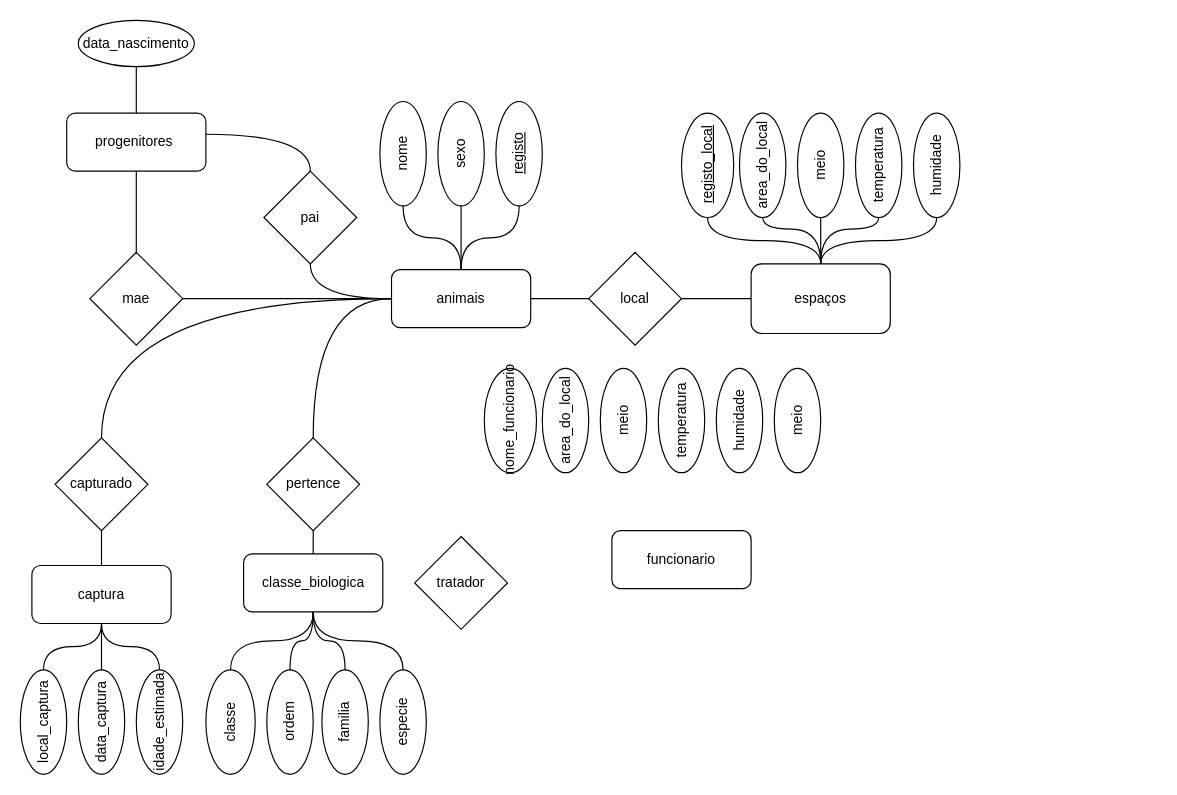
This is BD/Trabalho 2/ER.drawio from GBarradas/degreeStuff, a draw.io file, before an edit. Source tidied: cells renumbered, new cells numbered last; positions are measured from the earlier drawing's top-left corner, leaving out a move shared by most shapes. Both pictures are drawn from the tidied source at 116%, with x=0, y=0 at pixel (20, 20).
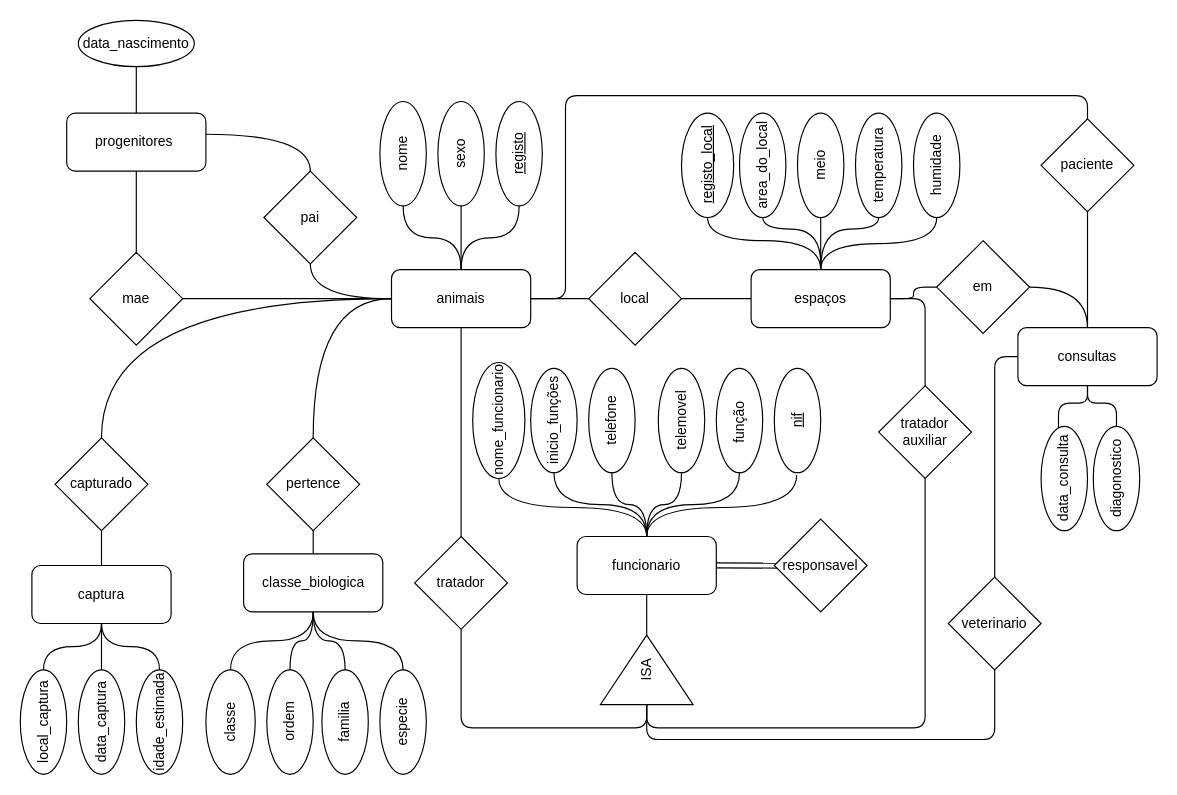
Above is the later version.

Unchanged cells that the change refers to:
```xml
<mxCell id="4" value="animais" style="rounded=1;whiteSpace=wrap;html=1;" parent="1" vertex="1">
  <mxGeometry x="320" y="215" width="120" height="50" as="geometry" />
</mxCell>
<mxCell id="61" value="tratador" style="rhombus;whiteSpace=wrap;html=1;" parent="1" vertex="1">
  <mxGeometry x="340" y="445" width="80" height="80" as="geometry" />
</mxCell>
```

The edit, as a diff of the source:
```diff
@@
+    <mxCell id="62" style="edgeStyle=orthogonalEdgeStyle;jettySize=auto;html=1;entryX=0.5;entryY=0;entryDx=0;entryDy=0;endArrow=none;endFill=0;rounded=1;" parent="1" edge="1" source="4" target="89">
+      <mxGeometry relative="1" as="geometry">
+        <Array as="points">
+          <mxPoint x="470" y="240" />
+          <mxPoint x="470" y="65" />
+          <mxPoint x="920" y="65" />
+        </Array>
+      </mxGeometry>
+    </mxCell>
@@
+    <mxCell id="63" style="edgeStyle=orthogonalEdgeStyle;rounded=1;jettySize=auto;html=1;exitX=1;exitY=0.5;exitDx=0;exitDy=0;entryX=0.5;entryY=0;entryDx=0;entryDy=0;endArrow=none;endFill=0;" parent="1" edge="1" source="14" target="76">
+      <mxGeometry relative="1" as="geometry" />
+    </mxCell>
     <mxCell id="14" value="espaços" style="rounded=1;whiteSpace=wrap;html=1;" parent="1" vertex="1">
-      <mxGeometry x="630" y="210" width="120" height="60" as="geometry" />
+      <mxGeometry x="630" y="215" width="120" height="50" as="geometry" />
     </mxCell>
@@
+    <mxCell id="64" style="edgeStyle=orthogonalEdgeStyle;curved=1;jettySize=auto;html=1;exitX=0.5;exitY=0;exitDx=0;exitDy=0;entryX=0.517;entryY=-0.023;entryDx=0;entryDy=0;entryPerimeter=0;endArrow=none;endFill=0;" parent="1" edge="1" source="54" target="60">
+      <mxGeometry relative="1" as="geometry">
+        <Array as="points">
+          <mxPoint x="540" y="420" />
+          <mxPoint x="669" y="420" />
+        </Array>
+      </mxGeometry>
+    </mxCell>
+    <mxCell id="65" style="edgeStyle=orthogonalEdgeStyle;curved=1;jettySize=auto;html=1;exitX=0.5;exitY=0;exitDx=0;exitDy=0;endArrow=none;endFill=0;" parent="1" edge="1" source="54" target="56">
+      <mxGeometry relative="1" as="geometry" />
+    </mxCell>
     <mxCell id="54" value="funcionario" style="rounded=1;whiteSpace=wrap;html=1;" parent="1" vertex="1">
-      <mxGeometry x="510" y="440" width="120" height="50" as="geometry" />
+      <mxGeometry x="480" y="445" width="120" height="50" as="geometry" />
     </mxCell>
+    <mxCell id="66" style="edgeStyle=orthogonalEdgeStyle;curved=1;jettySize=auto;html=1;exitX=0.5;exitY=1;exitDx=0;exitDy=0;entryX=0.5;entryY=0;entryDx=0;entryDy=0;endArrow=none;endFill=0;" parent="1" edge="1" source="55" target="54">
+      <mxGeometry relative="1" as="geometry" />
+    </mxCell>
-    <mxCell id="55" value="humidade" style="ellipse;rounded=1;flipV=1;flipH=1;direction=east;whiteSpace=wrap;html=1;horizontal=0;" parent="1" vertex="1">
+    <mxCell id="55" value="função&amp;nbsp;" style="ellipse;rounded=1;flipV=1;flipH=1;direction=east;whiteSpace=wrap;html=1;horizontal=0;" parent="1" vertex="1">
       <mxGeometry x="600" y="300" width="40" height="90" as="geometry" />
     </mxCell>
-    <mxCell id="56" value="temperatura" style="ellipse;rounded=1;flipV=1;flipH=1;direction=east;whiteSpace=wrap;html=1;horizontal=0;" parent="1" vertex="1">
+    <mxCell id="56" value="telemovel" style="ellipse;rounded=1;flipV=1;flipH=1;direction=east;whiteSpace=wrap;html=1;horizontal=0;" parent="1" vertex="1">
       <mxGeometry x="550" y="300" width="40" height="90" as="geometry" />
     </mxCell>
+    <mxCell id="67" style="edgeStyle=orthogonalEdgeStyle;curved=1;jettySize=auto;html=1;exitX=0.5;exitY=1;exitDx=0;exitDy=0;endArrow=none;endFill=0;" parent="1" edge="1" source="57" target="54">
+      <mxGeometry relative="1" as="geometry" />
+    </mxCell>
     <mxCell id="57" value="nome_funcionario" style="ellipse;rounded=1;flipV=1;flipH=1;direction=east;whiteSpace=wrap;html=1;horizontal=0;fontStyle=0;" parent="1" vertex="1">
-      <mxGeometry x="400" y="300" width="45" height="90" as="geometry" />
+      <mxGeometry x="390" y="295" width="45" height="100" as="geometry" />
     </mxCell>
+    <mxCell id="68" style="edgeStyle=orthogonalEdgeStyle;curved=1;jettySize=auto;html=1;exitX=0.5;exitY=1;exitDx=0;exitDy=0;entryX=0.5;entryY=0;entryDx=0;entryDy=0;endArrow=none;endFill=0;" parent="1" edge="1" source="58" target="54">
+      <mxGeometry relative="1" as="geometry" />
+    </mxCell>
-    <mxCell id="58" value="area_do_local" style="ellipse;rounded=1;flipV=1;flipH=1;direction=east;whiteSpace=wrap;html=1;horizontal=0;" parent="1" vertex="1">
-      <mxGeometry x="450" y="300" width="40" height="90" as="geometry" />
+    <mxCell id="58" value="inicio_funções" style="ellipse;rounded=1;flipV=1;flipH=1;direction=east;whiteSpace=wrap;html=1;horizontal=0;" parent="1" vertex="1">
+      <mxGeometry x="440" y="300" width="40" height="90" as="geometry" />
     </mxCell>
+    <mxCell id="69" style="edgeStyle=orthogonalEdgeStyle;curved=1;jettySize=auto;html=1;exitX=0.5;exitY=1;exitDx=0;exitDy=0;entryX=0.5;entryY=0;entryDx=0;entryDy=0;endArrow=none;endFill=0;" parent="1" edge="1" source="59" target="54">
+      <mxGeometry relative="1" as="geometry" />
+    </mxCell>
-    <mxCell id="59" value="meio" style="ellipse;rounded=1;flipV=1;flipH=1;direction=east;whiteSpace=wrap;html=1;horizontal=0;" parent="1" vertex="1">
-      <mxGeometry x="500" y="300" width="40" height="90" as="geometry" />
+    <mxCell id="59" value="telefone" style="ellipse;rounded=1;flipV=1;flipH=1;direction=east;whiteSpace=wrap;html=1;horizontal=0;" parent="1" vertex="1">
+      <mxGeometry x="490" y="300" width="40" height="90" as="geometry" />
     </mxCell>
-    <mxCell id="60" value="meio" style="ellipse;rounded=1;flipV=1;flipH=1;direction=east;whiteSpace=wrap;html=1;horizontal=0;" parent="1" vertex="1">
+    <mxCell id="60" value="nif" style="ellipse;rounded=1;flipV=1;flipH=1;direction=east;whiteSpace=wrap;html=1;horizontal=0;fontStyle=4;" parent="1" vertex="1">
       <mxGeometry x="650" y="300" width="40" height="90" as="geometry" />
     </mxCell>
+    <mxCell id="70" style="edgeStyle=orthogonalEdgeStyle;jettySize=auto;html=1;exitX=0.5;exitY=1;exitDx=0;exitDy=0;entryX=0;entryY=0.5;entryDx=0;entryDy=0;endArrow=none;endFill=0;rounded=1;" parent="1" edge="1" source="61" target="75">
+      <mxGeometry relative="1" as="geometry" />
+    </mxCell>
+    <mxCell id="71" style="edgeStyle=orthogonalEdgeStyle;rounded=1;jettySize=auto;html=1;entryX=0.5;entryY=1;entryDx=0;entryDy=0;endArrow=none;endFill=0;" parent="1" edge="1" source="61" target="4">
+      <mxGeometry relative="1" as="geometry" />
+    </mxCell>
@@
+    <mxCell id="72" style="edgeStyle=orthogonalEdgeStyle;curved=1;jettySize=auto;html=1;entryX=0.5;entryY=1;entryDx=0;entryDy=0;endArrow=none;endFill=0;" parent="1" edge="1" source="75" target="54">
+      <mxGeometry relative="1" as="geometry" />
+    </mxCell>
+    <mxCell id="73" style="edgeStyle=orthogonalEdgeStyle;rounded=1;jettySize=auto;html=1;exitX=0;exitY=0.5;exitDx=0;exitDy=0;entryX=0.5;entryY=1;entryDx=0;entryDy=0;endArrow=none;endFill=0;" parent="1" edge="1" source="75" target="76">
+      <mxGeometry relative="1" as="geometry">
+        <Array as="points">
+          <mxPoint x="540" y="610" />
+          <mxPoint x="780" y="610" />
+        </Array>
+      </mxGeometry>
+    </mxCell>
+    <mxCell id="74" style="edgeStyle=orthogonalEdgeStyle;rounded=1;jettySize=auto;html=1;exitX=0;exitY=0.5;exitDx=0;exitDy=0;entryX=0.5;entryY=1;entryDx=0;entryDy=0;endArrow=none;endFill=0;" parent="1" edge="1" source="75" target="91">
+      <mxGeometry relative="1" as="geometry">
+        <Array as="points">
+          <mxPoint x="540" y="620" />
+          <mxPoint x="840" y="620" />
+        </Array>
+      </mxGeometry>
+    </mxCell>
+    <mxCell id="75" value="ISA" style="triangle;whiteSpace=wrap;html=1;rotation=-90;" parent="1" vertex="1">
+      <mxGeometry x="510" y="520" width="60" height="80" as="geometry" />
+    </mxCell>
+    <mxCell id="76" value="tratador auxiliar" style="rhombus;whiteSpace=wrap;html=1;" parent="1" vertex="1">
+      <mxGeometry x="740" y="315" width="80" height="80" as="geometry" />
+    </mxCell>
+    <mxCell id="77" value="responsavel" style="rhombus;whiteSpace=wrap;html=1;" parent="1" vertex="1">
+      <mxGeometry x="650" y="430" width="80" height="80" as="geometry" />
+    </mxCell>
+    <mxCell id="78" style="endArrow=none;html=1;rounded=1;entryX=0.028;entryY=0.528;entryDx=0;entryDy=0;entryPerimeter=0;exitX=1.001;exitY=0.541;exitDx=0;exitDy=0;exitPerimeter=0;" parent="1" edge="1" source="54" target="77">
+      <mxGeometry relative="1" as="geometry" />
+    </mxCell>
+    <mxCell id="79" style="endArrow=none;html=1;rounded=1;entryX=0.022;entryY=0.475;entryDx=0;entryDy=0;entryPerimeter=0;exitX=1;exitY=0.456;exitDx=0;exitDy=0;exitPerimeter=0;" parent="1" edge="1" source="54" target="77">
+      <mxGeometry relative="1" as="geometry" />
+    </mxCell>
+    <mxCell id="80" style="edgeStyle=orthogonalEdgeStyle;rounded=1;jettySize=auto;html=1;exitX=0.5;exitY=0;exitDx=0;exitDy=0;entryX=0.5;entryY=1;entryDx=0;entryDy=0;endArrow=none;endFill=0;" parent="1" edge="1" source="81" target="89">
+      <mxGeometry relative="1" as="geometry" />
+    </mxCell>
+    <mxCell id="81" value="consultas" style="rounded=1;whiteSpace=wrap;html=1;" parent="1" vertex="1">
+      <mxGeometry x="860" y="265" width="120" height="50" as="geometry" />
+    </mxCell>
+    <mxCell id="82" style="edgeStyle=orthogonalEdgeStyle;rounded=1;jettySize=auto;html=1;entryX=0.5;entryY=1;entryDx=0;entryDy=0;endArrow=none;endFill=0;" parent="1" edge="1" source="83" target="81">
+      <mxGeometry relative="1" as="geometry">
+        <Array as="points">
+          <mxPoint x="945" y="330" />
+          <mxPoint x="920" y="330" />
+        </Array>
+      </mxGeometry>
+    </mxCell>
+    <mxCell id="83" value="diagonostico" style="ellipse;rounded=1;flipV=1;flipH=1;direction=east;whiteSpace=wrap;html=1;horizontal=0;" parent="1" vertex="1">
+      <mxGeometry x="925" y="350" width="40" height="90" as="geometry" />
+    </mxCell>
+    <mxCell id="84" style="edgeStyle=orthogonalEdgeStyle;rounded=1;jettySize=auto;html=1;endArrow=none;endFill=0;" parent="1" edge="1" source="85" target="81">
+      <mxGeometry relative="1" as="geometry">
+        <Array as="points">
+          <mxPoint x="895" y="330" />
+          <mxPoint x="920" y="330" />
+        </Array>
+      </mxGeometry>
+    </mxCell>
+    <mxCell id="85" value="data_consulta" style="ellipse;rounded=1;flipV=1;flipH=1;direction=east;whiteSpace=wrap;html=1;horizontal=0;" parent="1" vertex="1">
+      <mxGeometry x="880" y="350" width="40" height="90" as="geometry" />
+    </mxCell>
+    <mxCell id="86" style="edgeStyle=orthogonalEdgeStyle;jettySize=auto;html=1;entryX=0.5;entryY=0;entryDx=0;entryDy=0;endArrow=none;endFill=0;exitX=1;exitY=0.5;exitDx=0;exitDy=0;curved=1;" parent="1" edge="1" source="88" target="81">
+      <mxGeometry relative="1" as="geometry" />
+    </mxCell>
+    <mxCell id="87" style="edgeStyle=orthogonalEdgeStyle;rounded=1;jettySize=auto;html=1;exitX=0;exitY=0.5;exitDx=0;exitDy=0;endArrow=none;endFill=0;" parent="1" edge="1" source="88" target="14">
+      <mxGeometry relative="1" as="geometry" />
+    </mxCell>
+    <mxCell id="88" value="em" style="rhombus;whiteSpace=wrap;html=1;" parent="1" vertex="1">
+      <mxGeometry x="790" y="190" width="80" height="80" as="geometry" />
+    </mxCell>
+    <mxCell id="89" value="paciente" style="rhombus;whiteSpace=wrap;html=1;" parent="1" vertex="1">
+      <mxGeometry x="880" y="85" width="80" height="80" as="geometry" />
+    </mxCell>
+    <mxCell id="90" style="edgeStyle=orthogonalEdgeStyle;rounded=1;jettySize=auto;html=1;entryX=0;entryY=0.5;entryDx=0;entryDy=0;endArrow=none;endFill=0;" parent="1" edge="1" source="91" target="81">
+      <mxGeometry relative="1" as="geometry" />
+    </mxCell>
+    <mxCell id="91" value="veterinario" style="rhombus;whiteSpace=wrap;html=1;" parent="1" vertex="1">
+      <mxGeometry x="800" y="480" width="80" height="80" as="geometry" />
+    </mxCell>
```
